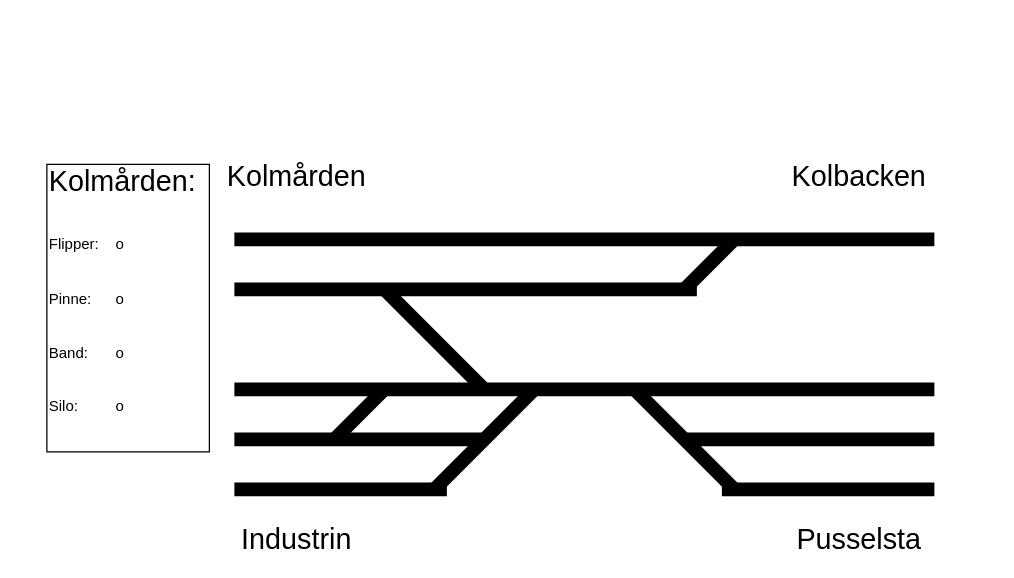
dmiek/TAFwebsite keeps this draw.io diagram as images/Untitled Diagram.drawio. Above is the earlier version. Source tidied: cells renumbered, new cells numbered last; positions are measured from the earlier drawing's top-left corner, leaving out a move shared by most shapes. Both pictures are drawn from the tidied source at 125%, with x=0, y=0 at pixel (46, 164).
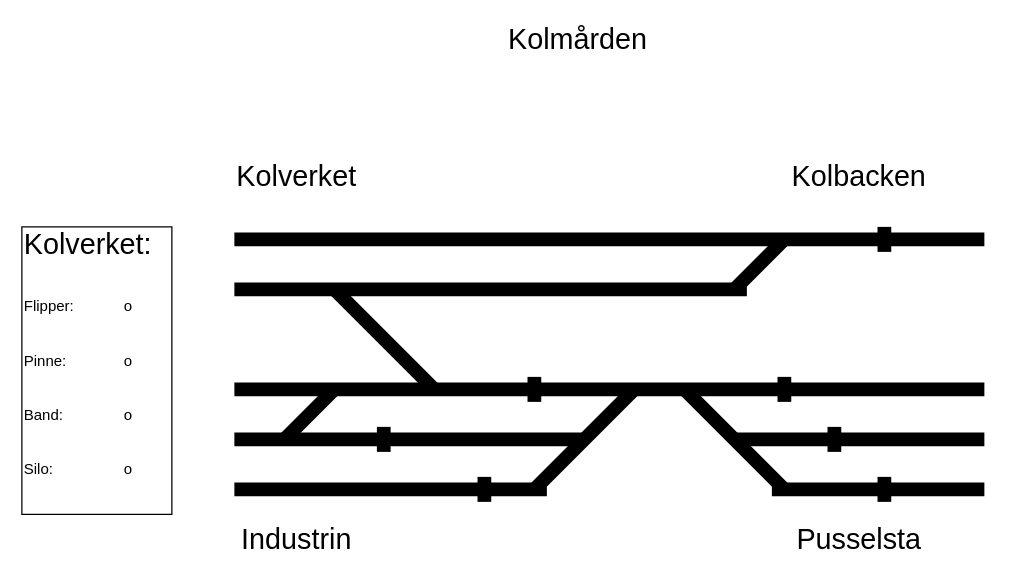
The same diagram, later.

Change to the diagram source:
```diff
@@
     <mxCell id="2" style="endArrow=none;html=1;rounded=0;strokeWidth=11;" parent="1" edge="1">
       <mxGeometry relative="1" as="geometry">
         <mxPoint x="150" y="180" as="sourcePoint" />
-        <mxPoint x="710" y="180" as="targetPoint" />
+        <mxPoint x="750" y="180" as="targetPoint" />
       </mxGeometry>
     </mxCell>
     <mxCell id="3" style="endArrow=none;html=1;rounded=0;strokeWidth=11;" parent="1" edge="1">
       <mxGeometry relative="1" as="geometry">
-        <mxPoint x="470" y="180" as="sourcePoint" />
-        <mxPoint x="550" y="260" as="targetPoint" />
+        <mxPoint x="510" y="180" as="sourcePoint" />
+        <mxPoint x="590" y="260" as="targetPoint" />
       </mxGeometry>
     </mxCell>
     <mxCell id="4" style="endArrow=none;html=1;rounded=0;strokeWidth=11;" parent="1" edge="1">
       <mxGeometry relative="1" as="geometry">
-        <mxPoint x="510" y="220" as="sourcePoint" />
-        <mxPoint x="710" y="220" as="targetPoint" />
+        <mxPoint x="550" y="220" as="sourcePoint" />
+        <mxPoint x="750" y="220" as="targetPoint" />
       </mxGeometry>
     </mxCell>
     <mxCell id="5" style="endArrow=none;html=1;rounded=0;strokeWidth=11;" parent="1" edge="1">
       <mxGeometry relative="1" as="geometry">
-        <mxPoint x="540" y="260" as="sourcePoint" />
-        <mxPoint x="710" y="260" as="targetPoint" />
+        <mxPoint x="580" y="260" as="sourcePoint" />
+        <mxPoint x="750" y="260" as="targetPoint" />
       </mxGeometry>
     </mxCell>
     <mxCell id="6" style="endArrow=none;html=1;rounded=0;strokeWidth=11;" parent="1" edge="1">
       <mxGeometry relative="1" as="geometry">
         <mxPoint x="150" y="100" as="sourcePoint" />
-        <mxPoint x="520" y="100" as="targetPoint" />
+        <mxPoint x="560" y="100" as="targetPoint" />
       </mxGeometry>
     </mxCell>
     <mxCell id="7" style="endArrow=none;html=1;rounded=0;strokeWidth=11;" parent="1" edge="1">
       <mxGeometry relative="1" as="geometry">
         <mxPoint x="150" y="60" as="sourcePoint" />
-        <mxPoint x="710" y="60" as="targetPoint" />
+        <mxPoint x="750" y="60" as="targetPoint" />
       </mxGeometry>
     </mxCell>
     <mxCell id="8" style="endArrow=none;html=1;rounded=0;strokeWidth=11;" parent="1" edge="1">
       <mxGeometry relative="1" as="geometry">
-        <mxPoint x="510" y="100" as="sourcePoint" />
-        <mxPoint x="550" y="60" as="targetPoint" />
+        <mxPoint x="550" y="100" as="sourcePoint" />
+        <mxPoint x="590" y="60" as="targetPoint" />
       </mxGeometry>
     </mxCell>
     <mxCell id="9" style="endArrow=none;html=1;rounded=0;strokeWidth=11;" parent="1" edge="1">
       <mxGeometry relative="1" as="geometry">
-        <mxPoint x="270" y="100" as="sourcePoint" />
-        <mxPoint x="350" y="180" as="targetPoint" />
+        <mxPoint x="230" y="100" as="sourcePoint" />
+        <mxPoint x="310" y="180" as="targetPoint" />
       </mxGeometry>
     </mxCell>
     <mxCell id="10" style="endArrow=none;html=1;rounded=0;strokeWidth=11;" parent="1" edge="1">
       <mxGeometry relative="1" as="geometry">
-        <mxPoint x="270" y="180" as="sourcePoint" />
-        <mxPoint x="230" y="220" as="targetPoint" />
+        <mxPoint x="230" y="180" as="sourcePoint" />
+        <mxPoint x="190" y="220" as="targetPoint" />
       </mxGeometry>
     </mxCell>
     <mxCell id="11" style="endArrow=none;html=1;rounded=0;strokeWidth=11;" parent="1" edge="1">
       <mxGeometry relative="1" as="geometry">
-        <mxPoint x="390" y="180" as="sourcePoint" />
-        <mxPoint x="310" y="260" as="targetPoint" />
+        <mxPoint x="470" y="180" as="sourcePoint" />
+        <mxPoint x="390" y="260" as="targetPoint" />
       </mxGeometry>
     </mxCell>
     <mxCell id="12" style="endArrow=none;html=1;rounded=0;strokeWidth=11;" parent="1" edge="1">
       <mxGeometry relative="1" as="geometry">
         <mxPoint x="150" y="220" as="sourcePoint" />
-        <mxPoint x="350" y="220" as="targetPoint" />
+        <mxPoint x="430" y="220" as="targetPoint" />
       </mxGeometry>
     </mxCell>
@@
     <mxCell id="16" style="endArrow=none;html=1;rounded=0;strokeWidth=11;" parent="1" edge="1">
       <mxGeometry relative="1" as="geometry">
-        <mxPoint x="320" y="260" as="sourcePoint" />
+        <mxPoint x="400" y="260" as="sourcePoint" />
         <mxPoint x="150" y="260" as="targetPoint" />
       </mxGeometry>
     </mxCell>
-    <mxCell id="17" value="&lt;font style=&quot;font-size: 23px;&quot;&gt;Kolmården:&lt;/font&gt;&lt;div&gt;&lt;br&gt;&lt;/div&gt;&lt;div&gt;&lt;br&gt;&lt;/div&gt;&lt;div&gt;Flipper:&lt;span style=&quot;white-space: pre;&quot;&gt;&#9;&lt;/span&gt;o&lt;/div&gt;&lt;div&gt;&lt;br&gt;&lt;/div&gt;&lt;div&gt;&lt;br&gt;&lt;/div&gt;&lt;div&gt;Pinne:&lt;span style=&quot;white-space: pre;&quot;&gt;&#9;&lt;/span&gt;o&lt;/div&gt;&lt;div&gt;&lt;br&gt;&lt;/div&gt;&lt;div&gt;&lt;br&gt;&lt;/div&gt;&lt;div&gt;&lt;span style=&quot;background-color: transparent; color: light-dark(rgb(0, 0, 0), rgb(255, 255, 255));&quot;&gt;Band:&lt;span style=&quot;white-space: pre;&quot;&gt;&#9;&lt;/span&gt;o&lt;/span&gt;&lt;/div&gt;&lt;div&gt;&lt;span style=&quot;background-color: transparent; color: light-dark(rgb(0, 0, 0), rgb(255, 255, 255));&quot;&gt;&lt;br&gt;&lt;/span&gt;&lt;/div&gt;&lt;div&gt;&lt;br&gt;&lt;/div&gt;&lt;div&gt;Silo:&lt;span style=&quot;white-space: pre;&quot;&gt;&#9;&lt;/span&gt;&lt;span style=&quot;white-space: pre;&quot;&gt;&#9;&lt;/span&gt;o&lt;/div&gt;&lt;div&gt;&lt;br&gt;&lt;/div&gt;&lt;div&gt;&lt;br&gt;&lt;/div&gt;" style="rounded=0;whiteSpace=wrap;html=1;fillColor=none;align=left;" parent="1" vertex="1">
-      <mxGeometry width="130" height="230" as="geometry" />
+    <mxCell id="17" value="&lt;font style=&quot;font-size: 23px;&quot;&gt;K&lt;/font&gt;&lt;span style=&quot;font-size: 23px; background-color: transparent; color: light-dark(rgb(0, 0, 0), rgb(255, 255, 255));&quot;&gt;olverket:&lt;/span&gt;&lt;div&gt;&lt;div&gt;&lt;br&gt;&lt;/div&gt;&lt;div&gt;&lt;br&gt;&lt;/div&gt;&lt;div&gt;Flipper:&lt;span style=&quot;white-space: pre;&quot;&gt;&#9;&lt;span style=&quot;white-space: pre;&quot;&gt;&#9;&lt;/span&gt;&lt;/span&gt;o&lt;/div&gt;&lt;div&gt;&lt;br&gt;&lt;/div&gt;&lt;div&gt;&lt;br&gt;&lt;/div&gt;&lt;div&gt;Pinne:&lt;span style=&quot;white-space: pre;&quot;&gt;&#9;&lt;span style=&quot;white-space: pre;&quot;&gt;&#9;&lt;/span&gt;&lt;/span&gt;o&lt;/div&gt;&lt;div&gt;&lt;br&gt;&lt;/div&gt;&lt;div&gt;&lt;br&gt;&lt;/div&gt;&lt;div&gt;&lt;span style=&quot;background-color: transparent; color: light-dark(rgb(0, 0, 0), rgb(255, 255, 255));&quot;&gt;Band:&lt;span style=&quot;white-space: pre;&quot;&gt;&#9;&lt;span style=&quot;white-space: pre;&quot;&gt;&#9;&lt;/span&gt;&lt;/span&gt;o&lt;/span&gt;&lt;/div&gt;&lt;div&gt;&lt;span style=&quot;background-color: transparent; color: light-dark(rgb(0, 0, 0), rgb(255, 255, 255));&quot;&gt;&lt;br&gt;&lt;/span&gt;&lt;/div&gt;&lt;div&gt;&lt;br&gt;&lt;/div&gt;&lt;div&gt;Silo:&lt;span style=&quot;white-space: pre;&quot;&gt;&#9;&lt;/span&gt;&lt;span style=&quot;white-space: pre;&quot;&gt;&#9;&lt;span style=&quot;white-space: pre;&quot;&gt;&#9;&lt;/span&gt;&lt;/span&gt;o&lt;/div&gt;&lt;div&gt;&lt;br&gt;&lt;/div&gt;&lt;div&gt;&lt;br&gt;&lt;/div&gt;&lt;/div&gt;" style="rounded=0;whiteSpace=wrap;html=1;fillColor=none;align=left;" parent="1" vertex="1">
+      <mxGeometry x="-20" y="50" width="120" height="230" as="geometry" />
     </mxCell>
     <mxCell id="18" value="Kolmården" style="text;html=1;align=center;verticalAlign=middle;whiteSpace=wrap;rounded=0;fontSize=23;" parent="1" vertex="1">
-      <mxGeometry x="130" width="140" height="20" as="geometry" />
+      <mxGeometry x="240" y="-110" width="370" height="20" as="geometry" />
     </mxCell>
+    <mxCell id="19" value="Kolverket" style="text;html=1;align=center;verticalAlign=middle;whiteSpace=wrap;rounded=0;fontSize=23;" parent="1" vertex="1">
+      <mxGeometry x="130" width="140" height="20" as="geometry" />
+    </mxCell>
+    <mxCell id="20" style="endArrow=none;html=1;rounded=0;strokeWidth=11;" parent="1" edge="1">
+      <mxGeometry relative="1" as="geometry">
+        <mxPoint x="390" y="170" as="sourcePoint" />
+        <mxPoint x="390" y="190" as="targetPoint" />
+      </mxGeometry>
+    </mxCell>
+    <mxCell id="21" style="endArrow=none;html=1;rounded=0;strokeWidth=11;" parent="1" edge="1">
+      <mxGeometry relative="1" as="geometry">
+        <mxPoint x="590" y="170" as="sourcePoint" />
+        <mxPoint x="590" y="190" as="targetPoint" />
+      </mxGeometry>
+    </mxCell>
+    <mxCell id="22" style="endArrow=none;html=1;rounded=0;strokeWidth=11;" parent="1" edge="1">
+      <mxGeometry relative="1" as="geometry">
+        <mxPoint x="630" y="210" as="sourcePoint" />
+        <mxPoint x="630" y="230" as="targetPoint" />
+      </mxGeometry>
+    </mxCell>
+    <mxCell id="23" style="endArrow=none;html=1;rounded=0;strokeWidth=11;" parent="1" edge="1">
+      <mxGeometry relative="1" as="geometry">
+        <mxPoint x="670" y="250" as="sourcePoint" />
+        <mxPoint x="670" y="270" as="targetPoint" />
+      </mxGeometry>
+    </mxCell>
+    <mxCell id="24" style="endArrow=none;html=1;rounded=0;strokeWidth=11;" parent="1" edge="1">
+      <mxGeometry relative="1" as="geometry">
+        <mxPoint x="269.5" y="210" as="sourcePoint" />
+        <mxPoint x="269.5" y="230" as="targetPoint" />
+      </mxGeometry>
+    </mxCell>
+    <mxCell id="25" style="endArrow=none;html=1;rounded=0;strokeWidth=11;" parent="1" edge="1">
+      <mxGeometry relative="1" as="geometry">
+        <mxPoint x="670" y="50" as="sourcePoint" />
+        <mxPoint x="670" y="70" as="targetPoint" />
+      </mxGeometry>
+    </mxCell>
+    <mxCell id="26" style="endArrow=none;html=1;rounded=0;strokeWidth=11;" parent="1" edge="1">
+      <mxGeometry relative="1" as="geometry">
+        <mxPoint x="350" y="250" as="sourcePoint" />
+        <mxPoint x="350" y="270" as="targetPoint" />
+      </mxGeometry>
+    </mxCell>
```
